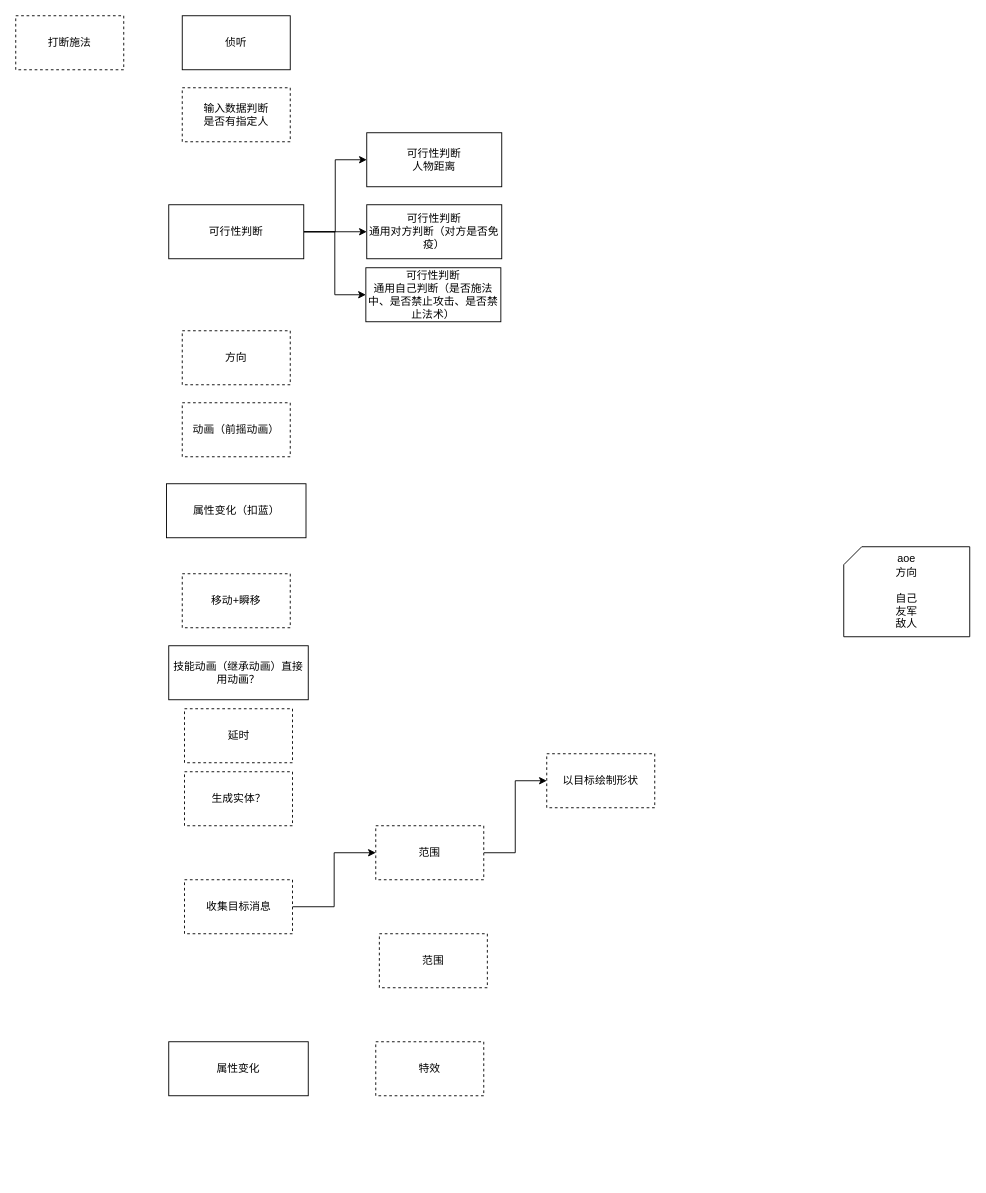
This is skill.drawio from cliang/drawio, a draw.io file, before an edit. Source tidied: cells renumbered, new cells numbered last; positions are measured from the earlier drawing's top-left corner, leaving out a move shared by most shapes. Both pictures are drawn from the tidied source at 90%, with x=0, y=0 at pixel (15, 15).
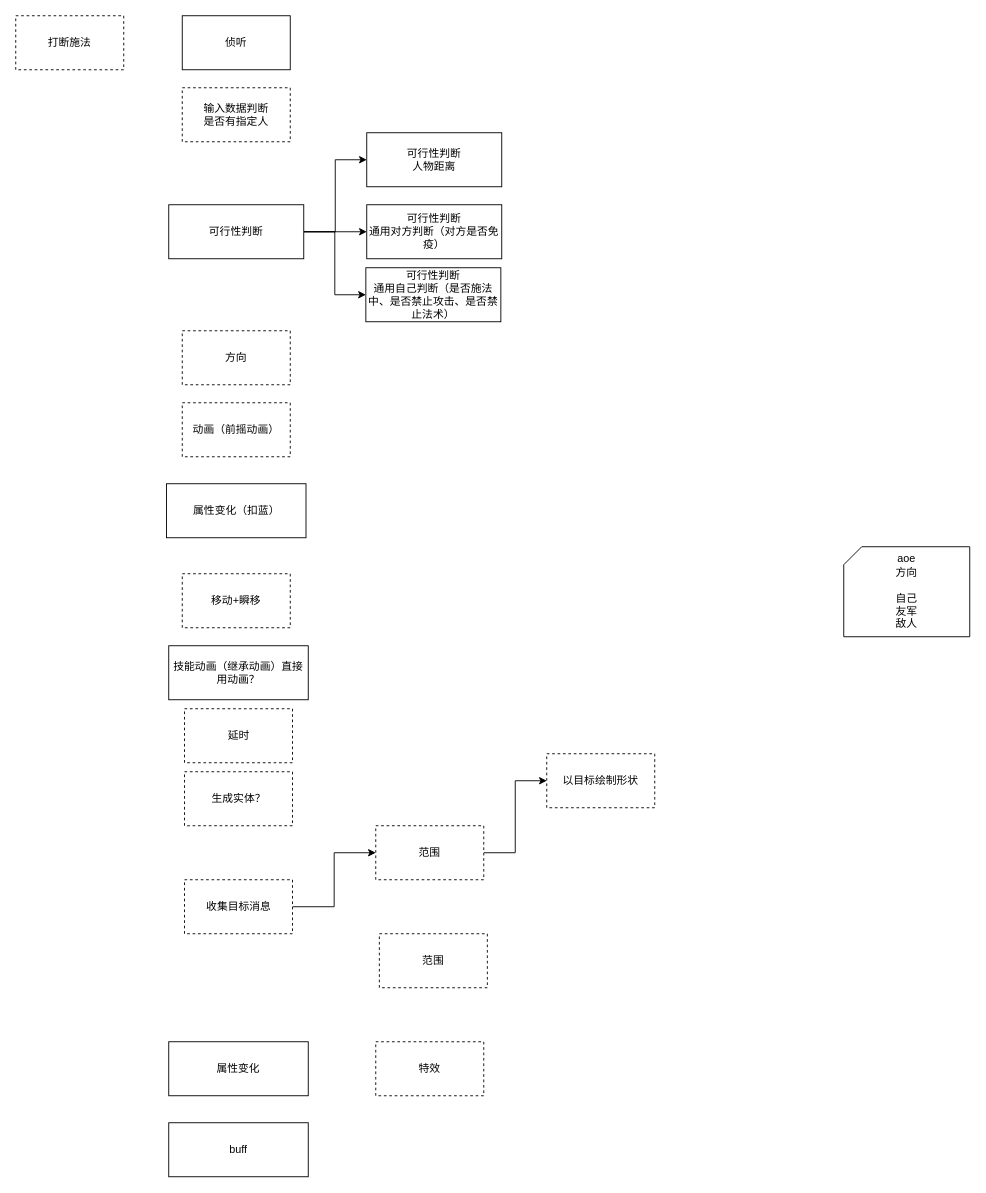
Above is the later version.

The edit, as a diff of the source:
```diff
@@
+    <mxCell id="28" value="buff" style="whiteSpace=wrap;html=1;rounded=0;" parent="1" vertex="1">
+      <mxGeometry x="170" y="1230" width="155" height="60" as="geometry" />
+    </mxCell>
```
